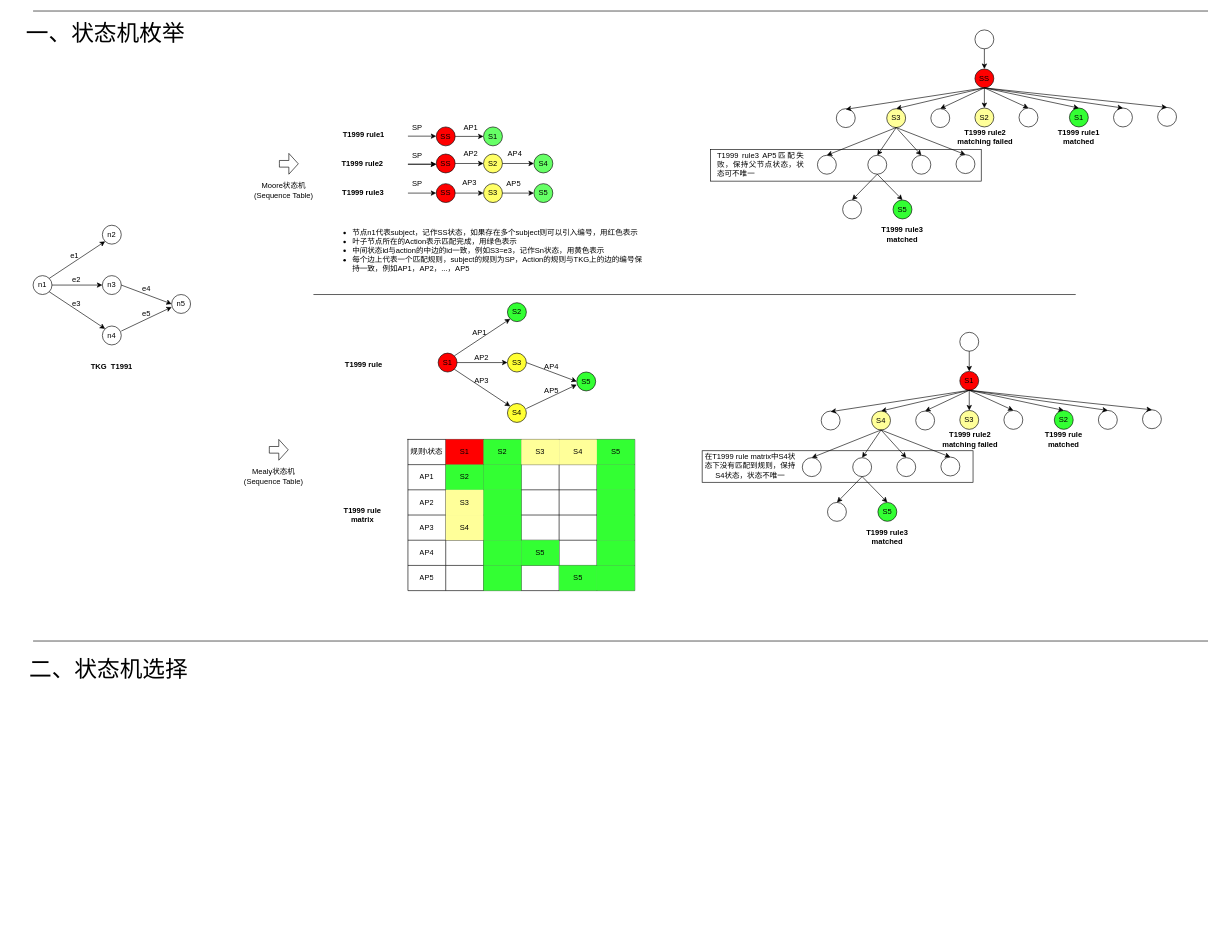
Earlier version of the draw.io diagram state_machine_matching.drawio (sidney-neu/draw_io). Source tidied: cells renumbered, new cells numbered last; positions are measured from the earlier drawing's top-left corner, leaving out a move shared by most shapes. Both pictures are drawn from the tidied source at 63%, with x=0, y=0 at pixel (11, 11).
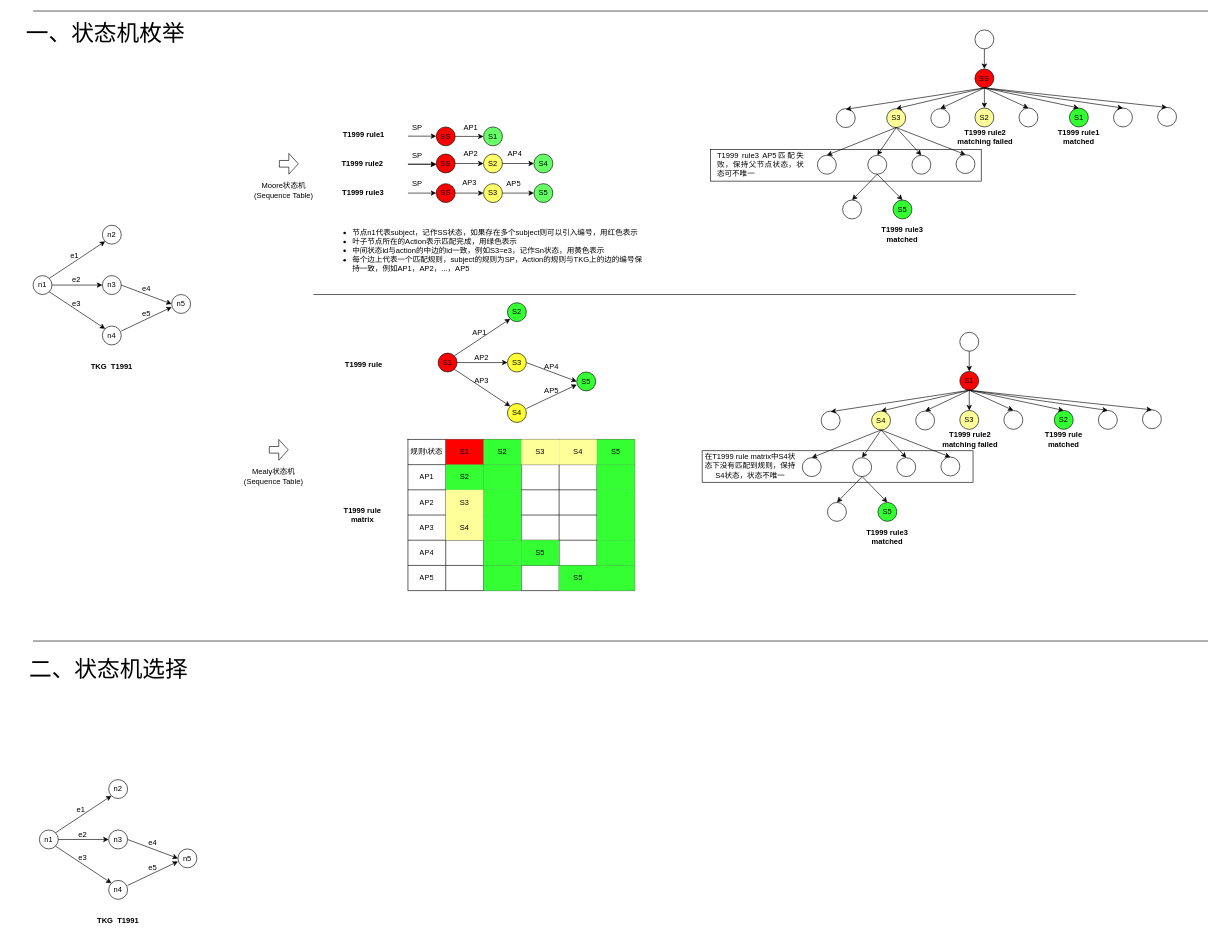
The same diagram, later.

Change to the diagram source:
```diff
@@
+    <mxCell id="193" style="ellipse;whiteSpace=wrap;html=1;" parent="1" vertex="1">
+      <mxGeometry x="45" y="1300" width="30" height="30" as="geometry" />
+    </mxCell>
+    <mxCell id="194" style="ellipse;whiteSpace=wrap;html=1;" parent="1" vertex="1">
+      <mxGeometry x="155" y="1220" width="30" height="30" as="geometry" />
+    </mxCell>
+    <mxCell id="195" style="ellipse;whiteSpace=wrap;html=1;" parent="1" vertex="1">
+      <mxGeometry x="155" y="1300" width="30" height="30" as="geometry" />
+    </mxCell>
+    <mxCell id="196" style="ellipse;whiteSpace=wrap;html=1;" parent="1" vertex="1">
+      <mxGeometry x="155" y="1380" width="30" height="30" as="geometry" />
+    </mxCell>
+    <mxCell id="197" style="ellipse;whiteSpace=wrap;html=1;" parent="1" vertex="1">
+      <mxGeometry x="265" y="1330" width="30" height="30" as="geometry" />
+    </mxCell>
+    <mxCell id="198" style="endArrow=classic;html=1;rounded=0;entryX=0;entryY=1;entryDx=0;entryDy=0;exitX=1;exitY=0;exitDx=0;exitDy=0;" parent="1" edge="1" source="193" target="194">
+      <mxGeometry relative="1" as="geometry" />
+    </mxCell>
+    <mxCell id="199" style="endArrow=classic;html=1;rounded=0;entryX=0;entryY=0.5;entryDx=0;entryDy=0;exitX=1;exitY=0.5;exitDx=0;exitDy=0;" parent="1" edge="1" source="193" target="195">
+      <mxGeometry relative="1" as="geometry" />
+    </mxCell>
+    <mxCell id="200" style="endArrow=classic;html=1;rounded=0;entryX=0;entryY=0;entryDx=0;entryDy=0;exitX=1;exitY=1;exitDx=0;exitDy=0;" parent="1" edge="1" source="193" target="196">
+      <mxGeometry relative="1" as="geometry" />
+    </mxCell>
+    <mxCell id="201" style="endArrow=classic;html=1;rounded=0;entryX=0;entryY=0.5;entryDx=0;entryDy=0;exitX=1;exitY=0.5;exitDx=0;exitDy=0;" parent="1" edge="1" source="195" target="197">
+      <mxGeometry relative="1" as="geometry" />
+    </mxCell>
+    <mxCell id="202" style="endArrow=classic;html=1;rounded=0;exitX=1;exitY=0;exitDx=0;exitDy=0;" parent="1" edge="1">
+      <mxGeometry relative="1" as="geometry">
+        <mxPoint x="185" y="1388" as="sourcePoint" />
+        <mxPoint x="265" y="1350" as="targetPoint" />
+      </mxGeometry>
+    </mxCell>
+    <mxCell id="203" value="n2" style="text;strokeColor=none;align=center;fillColor=none;html=1;verticalAlign=middle;whiteSpace=wrap;rounded=0;" parent="1" vertex="1">
+      <mxGeometry x="140" y="1220" width="60" height="30" as="geometry" />
+    </mxCell>
+    <mxCell id="204" value="n1" style="text;strokeColor=none;align=center;fillColor=none;html=1;verticalAlign=middle;whiteSpace=wrap;rounded=0;" parent="1" vertex="1">
+      <mxGeometry x="30" y="1300" width="60" height="30" as="geometry" />
+    </mxCell>
+    <mxCell id="205" value="n3" style="text;strokeColor=none;align=center;fillColor=none;html=1;verticalAlign=middle;whiteSpace=wrap;rounded=0;" parent="1" vertex="1">
+      <mxGeometry x="140" y="1300" width="60" height="30" as="geometry" />
+    </mxCell>
+    <mxCell id="206" value="n4" style="text;strokeColor=none;align=center;fillColor=none;html=1;verticalAlign=middle;whiteSpace=wrap;rounded=0;" parent="1" vertex="1">
+      <mxGeometry x="140" y="1380" width="60" height="30" as="geometry" />
+    </mxCell>
+    <mxCell id="207" value="n5" style="text;strokeColor=none;align=center;fillColor=none;html=1;verticalAlign=middle;whiteSpace=wrap;rounded=0;" parent="1" vertex="1">
+      <mxGeometry x="250" y="1330" width="60" height="30" as="geometry" />
+    </mxCell>
+    <mxCell id="208" value="e1" style="text;strokeColor=none;align=center;fillColor=none;html=1;verticalAlign=middle;whiteSpace=wrap;rounded=0;" parent="1" vertex="1">
+      <mxGeometry x="81" y="1253" width="60" height="30" as="geometry" />
+    </mxCell>
+    <mxCell id="209" value="e2" style="text;strokeColor=none;align=center;fillColor=none;html=1;verticalAlign=middle;whiteSpace=wrap;rounded=0;" parent="1" vertex="1">
+      <mxGeometry x="84" y="1292" width="60" height="30" as="geometry" />
+    </mxCell>
+    <mxCell id="210" value="e3" style="text;strokeColor=none;align=center;fillColor=none;html=1;verticalAlign=middle;whiteSpace=wrap;rounded=0;" parent="1" vertex="1">
+      <mxGeometry x="84" y="1329" width="60" height="30" as="geometry" />
+    </mxCell>
+    <mxCell id="211" value="e4" style="text;strokeColor=none;align=center;fillColor=none;html=1;verticalAlign=middle;whiteSpace=wrap;rounded=0;" parent="1" vertex="1">
+      <mxGeometry x="195" y="1306" width="60" height="30" as="geometry" />
+    </mxCell>
+    <mxCell id="212" value="e5" style="text;strokeColor=none;align=center;fillColor=none;html=1;verticalAlign=middle;whiteSpace=wrap;rounded=0;" parent="1" vertex="1">
+      <mxGeometry x="195" y="1345" width="60" height="30" as="geometry" />
+    </mxCell>
+    <mxCell id="213" value="&lt;b&gt;TKG&amp;nbsp; T1991&lt;/b&gt;" style="text;strokeColor=none;align=center;fillColor=none;html=1;verticalAlign=middle;whiteSpace=wrap;rounded=0;" parent="1" vertex="1">
+      <mxGeometry x="130" y="1429" width="80" height="30" as="geometry" />
+    </mxCell>
```
